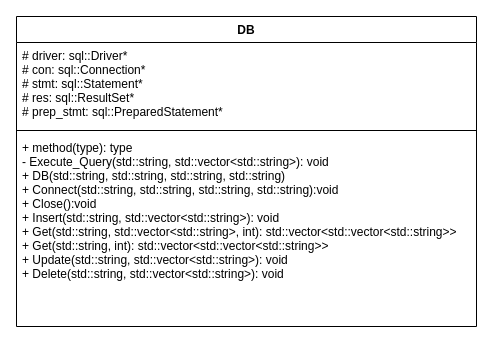
Earlier version of the draw.io diagram DB (Akim).drawio (VladislavKirpichov/Flashy). Source tidied: cells renumbered, new cells numbered last; positions are measured from the earlier drawing's top-left corner, leaving out a move shared by most shapes. Both pictures are drawn from the tidied source at 100%, with x=0, y=0 at pixel (16, 16).
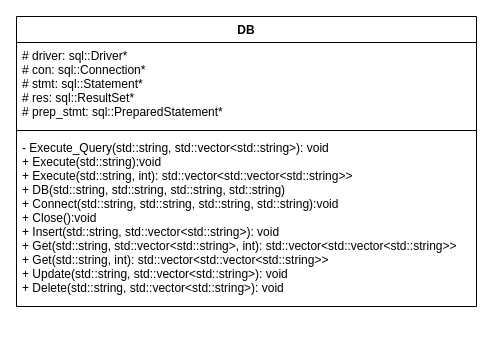
The same page after the edit.

What changed in the source:
```diff
@@
 <mxGraphModel>
   <root>
     <mxCell id="0" />
     <mxCell id="1" parent="0" />
     <mxCell id="2" value="DB" style="swimlane;fontStyle=1;align=center;verticalAlign=top;horizontal=1;startSize=26;" parent="1" vertex="1">
-      <mxGeometry width="460" height="310" as="geometry" />
+      <mxGeometry width="460" height="290" as="geometry" />
     </mxCell>
     <mxCell id="3" value="# driver: sql::Driver*&#10;# con: sql::Connection*&#10;# stmt: sql::Statement*&#10;# res: sql::ResultSet*&#10;# prep_stmt: sql::PreparedStatement* " style="text;strokeColor=none;fillColor=none;align=left;verticalAlign=top;spacingLeft=4;spacingRight=4;overflow=hidden;" parent="2" vertex="1">
       <mxGeometry y="26" width="460" height="84" as="geometry" />
     </mxCell>
     <mxCell id="4" style="line;strokeWidth=1;fillColor=none;align=left;verticalAlign=middle;spacingTop=-1;spacingLeft=3;spacingRight=3;labelPosition=right;" parent="2" vertex="1">
       <mxGeometry y="110" width="460" height="8" as="geometry" />
     </mxCell>
-    <mxCell id="5" value="+ method(type): type&#10;- Execute_Query(std::string, std::vector&lt;std::string&gt;): void&#10;+ DB(std::string, std::string, std::string, std::string)&#10;+ Connect(std::string, std::string, std::string, std::string):void&#10;+ Close():void&#10;+ Insert(std::string, std::vector&lt;std::string&gt;): void&#10;+ Get(std::string, std::vector&lt;std::string&gt;, int): std::vector&lt;std::vector&lt;std::string&gt;&gt;&#10;+ Get(std::string, int): std::vector&lt;std::vector&lt;std::string&gt;&gt;&#10;+ Update(std::string, std::vector&lt;std::string&gt;): void&#10;+ Delete(std::string, std::vector&lt;std::string&gt;): void&#10;" style="text;strokeColor=none;fillColor=none;align=left;verticalAlign=top;spacingLeft=4;spacingRight=4;overflow=hidden;" parent="2" vertex="1">
-      <mxGeometry y="118" width="460" height="192" as="geometry" />
+    <mxCell id="5" value="- Execute_Query(std::string, std::vector&lt;std::string&gt;): void&#10;+ Execute(std::string):void&#10;+ Execute(std::string, int): std::vector&lt;std::vector&lt;std::string&gt;&gt;&#10;+ DB(std::string, std::string, std::string, std::string)&#10;+ Connect(std::string, std::string, std::string, std::string):void&#10;+ Close():void&#10;+ Insert(std::string, std::vector&lt;std::string&gt;): void&#10;+ Get(std::string, std::vector&lt;std::string&gt;, int): std::vector&lt;std::vector&lt;std::string&gt;&gt;&#10;+ Get(std::string, int): std::vector&lt;std::vector&lt;std::string&gt;&gt;&#10;+ Update(std::string, std::vector&lt;std::string&gt;): void&#10;+ Delete(std::string, std::vector&lt;std::string&gt;): void&#10;&#10;" style="text;strokeColor=none;fillColor=none;align=left;verticalAlign=top;spacingLeft=4;spacingRight=4;overflow=hidden;" parent="2" vertex="1">
+      <mxGeometry y="118" width="460" height="172" as="geometry" />
     </mxCell>
   </root>
 </mxGraphModel>
```
